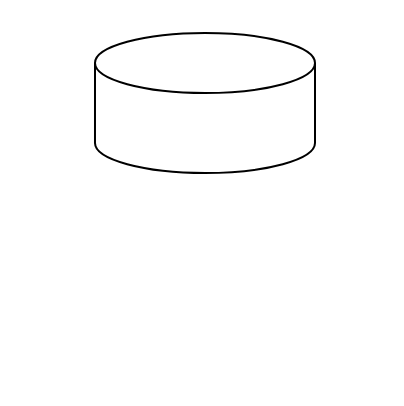
This is Untitled Diagram 44.drawio from RafsanJany-44/Thesis_Project, a draw.io file, before an edit. Source tidied: cells renumbered, new cells numbered last; positions are measured from the earlier drawing's top-left corner, leaving out a move shared by most shapes. Both pictures are drawn from the tidied source at 200%, with x=0, y=0 at pixel (94, 32).
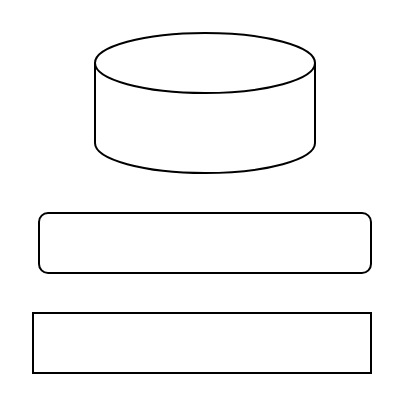
The same diagram, later.

What changed in the source:
```diff
@@
 <mxGraphModel>
   <root>
     <mxCell id="0" />
     <mxCell id="1" parent="0" />
     <mxCell id="2" style="shape=cylinder3;whiteSpace=wrap;html=1;boundedLbl=1;backgroundOutline=1;size=15;" parent="1" vertex="1">
       <mxGeometry width="110" height="70" as="geometry" />
     </mxCell>
+    <mxCell id="3" style="rounded=0;whiteSpace=wrap;html=1;" parent="1" vertex="1">
+      <mxGeometry x="-31" y="140" width="169" height="30" as="geometry" />
+    </mxCell>
+    <mxCell id="4" style="rounded=1;whiteSpace=wrap;html=1;" parent="1" vertex="1">
+      <mxGeometry x="-28" y="90" width="166" height="30" as="geometry" />
+    </mxCell>
   </root>
 </mxGraphModel>
```
